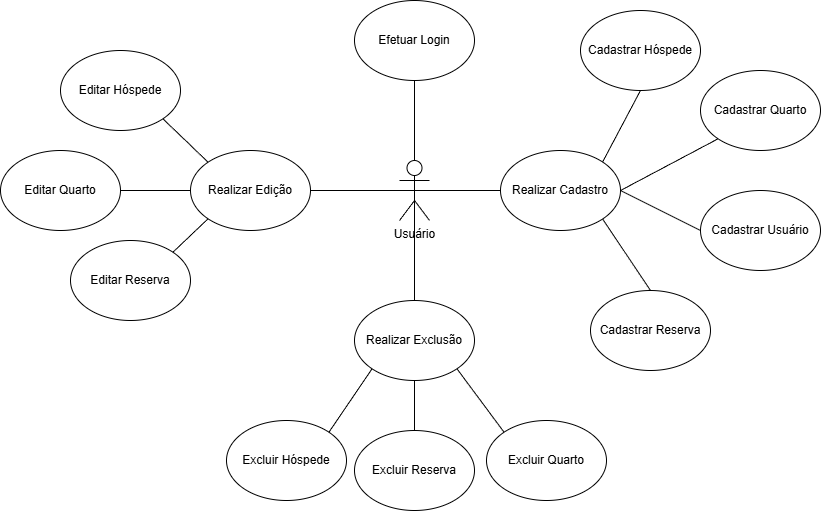
This is Docs/Diagrama caso de uso CheckIn.drawio.png from joao-marcos-azvd/Gestao_Hoteis, a draw.io export, as it was before one commit. Source tidied: cells renumbered, new cells last; positions are measured from the earlier drawing's top-left corner, leaving out a move shared by most shapes. Source of this version:
```xml
<mxGraphModel>
  <root>
    <mxCell id="0" />
    <mxCell id="1" parent="0" />
    <mxCell id="2" value="Usuário" style="shape=umlActor;verticalLabelPosition=bottom;verticalAlign=top;html=1;outlineConnect=0;" parent="1" vertex="1">
      <mxGeometry x="399" y="160" width="30" height="60" as="geometry" />
    </mxCell>
    <mxCell id="3" value="Cadastrar Hóspede" style="ellipse;whiteSpace=wrap;html=1;" parent="1" vertex="1">
      <mxGeometry x="580" y="10" width="120" height="80" as="geometry" />
    </mxCell>
    <mxCell id="4" value="Editar Hóspede" style="ellipse;whiteSpace=wrap;html=1;" parent="1" vertex="1">
      <mxGeometry x="60" y="50" width="120" height="80" as="geometry" />
    </mxCell>
    <mxCell id="5" value="Excluir Hóspede" style="ellipse;whiteSpace=wrap;html=1;" parent="1" vertex="1">
      <mxGeometry x="226" y="420" width="120" height="80" as="geometry" />
    </mxCell>
    <mxCell id="6" value="Cadastrar Quarto" style="ellipse;whiteSpace=wrap;html=1;" parent="1" vertex="1">
      <mxGeometry x="700" y="70" width="120" height="80" as="geometry" />
    </mxCell>
    <mxCell id="7" value="Editar Quarto" style="ellipse;whiteSpace=wrap;html=1;" parent="1" vertex="1">
      <mxGeometry y="150" width="120" height="80" as="geometry" />
    </mxCell>
    <mxCell id="8" value="Excluir Quarto" style="ellipse;whiteSpace=wrap;html=1;" parent="1" vertex="1">
      <mxGeometry x="486" y="420" width="120" height="80" as="geometry" />
    </mxCell>
    <mxCell id="9" value="Cadastrar Usuário" style="ellipse;whiteSpace=wrap;html=1;" parent="1" vertex="1">
      <mxGeometry x="700" y="190" width="120" height="80" as="geometry" />
    </mxCell>
    <mxCell id="10" value="Efetuar Login" style="ellipse;whiteSpace=wrap;html=1;" parent="1" vertex="1">
      <mxGeometry x="354" width="120" height="80" as="geometry" />
    </mxCell>
    <mxCell id="11" value="Cadastrar Reserva" style="ellipse;whiteSpace=wrap;html=1;" parent="1" vertex="1">
      <mxGeometry x="590" y="290" width="120" height="80" as="geometry" />
    </mxCell>
    <mxCell id="12" value="Excluir Reserva" style="ellipse;whiteSpace=wrap;html=1;" parent="1" vertex="1">
      <mxGeometry x="354" y="430" width="120" height="80" as="geometry" />
    </mxCell>
    <mxCell id="13" value="Editar Reserva" style="ellipse;whiteSpace=wrap;html=1;" parent="1" vertex="1">
      <mxGeometry x="70" y="240" width="120" height="80" as="geometry" />
    </mxCell>
    <mxCell id="14" style="endArrow=none;html=1;rounded=0;entryX=0.5;entryY=1;entryDx=0;entryDy=0;exitX=0.5;exitY=0;exitDx=0;exitDy=0;exitPerimeter=0;" parent="1" edge="1" source="2" target="10">
      <mxGeometry relative="1" as="geometry" />
    </mxCell>
    <mxCell id="15" value="Realizar Cadastro" style="ellipse;whiteSpace=wrap;html=1;" parent="1" vertex="1">
      <mxGeometry x="500" y="150" width="120" height="80" as="geometry" />
    </mxCell>
    <mxCell id="16" style="endArrow=none;html=1;rounded=0;entryX=0.5;entryY=1;entryDx=0;entryDy=0;exitX=1;exitY=0;exitDx=0;exitDy=0;" parent="1" edge="1" source="15" target="3">
      <mxGeometry relative="1" as="geometry" />
    </mxCell>
    <mxCell id="17" style="endArrow=none;html=1;rounded=0;entryX=0;entryY=1;entryDx=0;entryDy=0;exitX=1;exitY=0.5;exitDx=0;exitDy=0;" parent="1" edge="1" source="15" target="6">
      <mxGeometry relative="1" as="geometry" />
    </mxCell>
    <mxCell id="18" style="endArrow=none;html=1;rounded=0;entryX=0;entryY=0.5;entryDx=0;entryDy=0;exitX=1;exitY=0.5;exitDx=0;exitDy=0;" parent="1" edge="1" source="15" target="9">
      <mxGeometry relative="1" as="geometry" />
    </mxCell>
    <mxCell id="19" style="endArrow=none;html=1;rounded=0;entryX=0.5;entryY=0;entryDx=0;entryDy=0;exitX=1;exitY=1;exitDx=0;exitDy=0;" parent="1" edge="1" source="15" target="11">
      <mxGeometry relative="1" as="geometry" />
    </mxCell>
    <mxCell id="20" style="endArrow=none;html=1;rounded=0;entryX=0;entryY=0.5;entryDx=0;entryDy=0;exitX=0.5;exitY=0.5;exitDx=0;exitDy=0;exitPerimeter=0;" parent="1" edge="1" source="2" target="15">
      <mxGeometry relative="1" as="geometry" />
    </mxCell>
    <mxCell id="21" value="Realizar Edição" style="ellipse;whiteSpace=wrap;html=1;" parent="1" vertex="1">
      <mxGeometry x="190" y="150" width="120" height="80" as="geometry" />
    </mxCell>
    <mxCell id="22" style="endArrow=none;html=1;rounded=0;entryX=1;entryY=1;entryDx=0;entryDy=0;exitX=0;exitY=0;exitDx=0;exitDy=0;" parent="1" edge="1" source="21" target="4">
      <mxGeometry relative="1" as="geometry" />
    </mxCell>
    <mxCell id="23" style="endArrow=none;html=1;rounded=0;entryX=0;entryY=0.5;entryDx=0;entryDy=0;exitX=1;exitY=0.5;exitDx=0;exitDy=0;" parent="1" edge="1" source="7" target="21">
      <mxGeometry relative="1" as="geometry" />
    </mxCell>
    <mxCell id="24" style="endArrow=none;html=1;rounded=0;entryX=0;entryY=1;entryDx=0;entryDy=0;exitX=1;exitY=0;exitDx=0;exitDy=0;" parent="1" edge="1" source="13" target="21">
      <mxGeometry relative="1" as="geometry" />
    </mxCell>
    <mxCell id="25" style="endArrow=none;html=1;rounded=0;entryX=0.5;entryY=0.5;entryDx=0;entryDy=0;exitX=1;exitY=0.5;exitDx=0;exitDy=0;entryPerimeter=0;" parent="1" edge="1" source="21" target="2">
      <mxGeometry relative="1" as="geometry" />
    </mxCell>
    <mxCell id="26" value="Realizar Exclusão" style="ellipse;whiteSpace=wrap;html=1;" parent="1" vertex="1">
      <mxGeometry x="354" y="300" width="120" height="80" as="geometry" />
    </mxCell>
    <mxCell id="27" style="endArrow=none;html=1;rounded=0;entryX=1;entryY=0;entryDx=0;entryDy=0;exitX=0;exitY=1;exitDx=0;exitDy=0;" parent="1" edge="1" source="26" target="5">
      <mxGeometry relative="1" as="geometry" />
    </mxCell>
    <mxCell id="28" style="endArrow=none;html=1;rounded=0;entryX=0;entryY=0;entryDx=0;entryDy=0;exitX=1;exitY=1;exitDx=0;exitDy=0;" parent="1" edge="1" source="26" target="8">
      <mxGeometry relative="1" as="geometry" />
    </mxCell>
    <mxCell id="29" style="endArrow=none;html=1;rounded=0;entryX=0.5;entryY=1;entryDx=0;entryDy=0;exitX=0.5;exitY=0;exitDx=0;exitDy=0;" parent="1" edge="1" source="12" target="26">
      <mxGeometry relative="1" as="geometry" />
    </mxCell>
    <mxCell id="30" style="endArrow=none;html=1;rounded=0;exitX=0.5;exitY=0;exitDx=0;exitDy=0;" parent="1" edge="1" source="26">
      <mxGeometry relative="1" as="geometry">
        <mxPoint x="414" y="190" as="targetPoint" />
      </mxGeometry>
    </mxCell>
  </root>
</mxGraphModel>
```
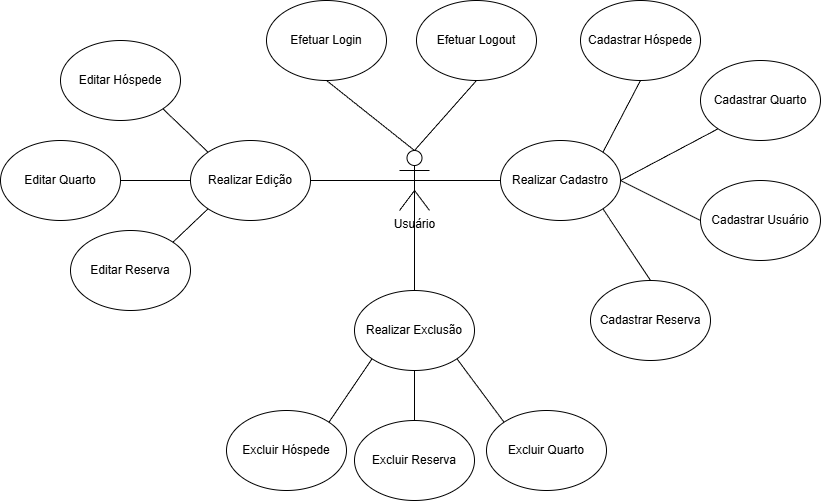
The same diagram one commit later.

What changed in the source:
```diff
@@ -27,7 +27,7 @@
       <mxGeometry x="700" y="190" width="120" height="80" as="geometry" />
     </mxCell>
     <mxCell id="10" value="Efetuar Login" style="ellipse;whiteSpace=wrap;html=1;" parent="1" vertex="1">
-      <mxGeometry x="354" width="120" height="80" as="geometry" />
+      <mxGeometry x="266" y="10" width="120" height="80" as="geometry" />
     </mxCell>
     <mxCell id="11" value="Cadastrar Reserva" style="ellipse;whiteSpace=wrap;html=1;" parent="1" vertex="1">
       <mxGeometry x="590" y="290" width="120" height="80" as="geometry" />
@@ -91,5 +91,11 @@
         <mxPoint x="414" y="190" as="targetPoint" />
       </mxGeometry>
     </mxCell>
+    <mxCell id="31" value="Efetuar Logout" style="ellipse;whiteSpace=wrap;html=1;" parent="1" vertex="1">
+      <mxGeometry x="416" y="10" width="120" height="80" as="geometry" />
+    </mxCell>
+    <mxCell id="32" style="endArrow=none;html=1;rounded=0;entryX=0.5;entryY=1;entryDx=0;entryDy=0;exitX=0.5;exitY=0;exitDx=0;exitDy=0;exitPerimeter=0;" parent="1" edge="1" source="2" target="31">
+      <mxGeometry relative="1" as="geometry" />
+    </mxCell>
   </root>
 </mxGraphModel>
```
